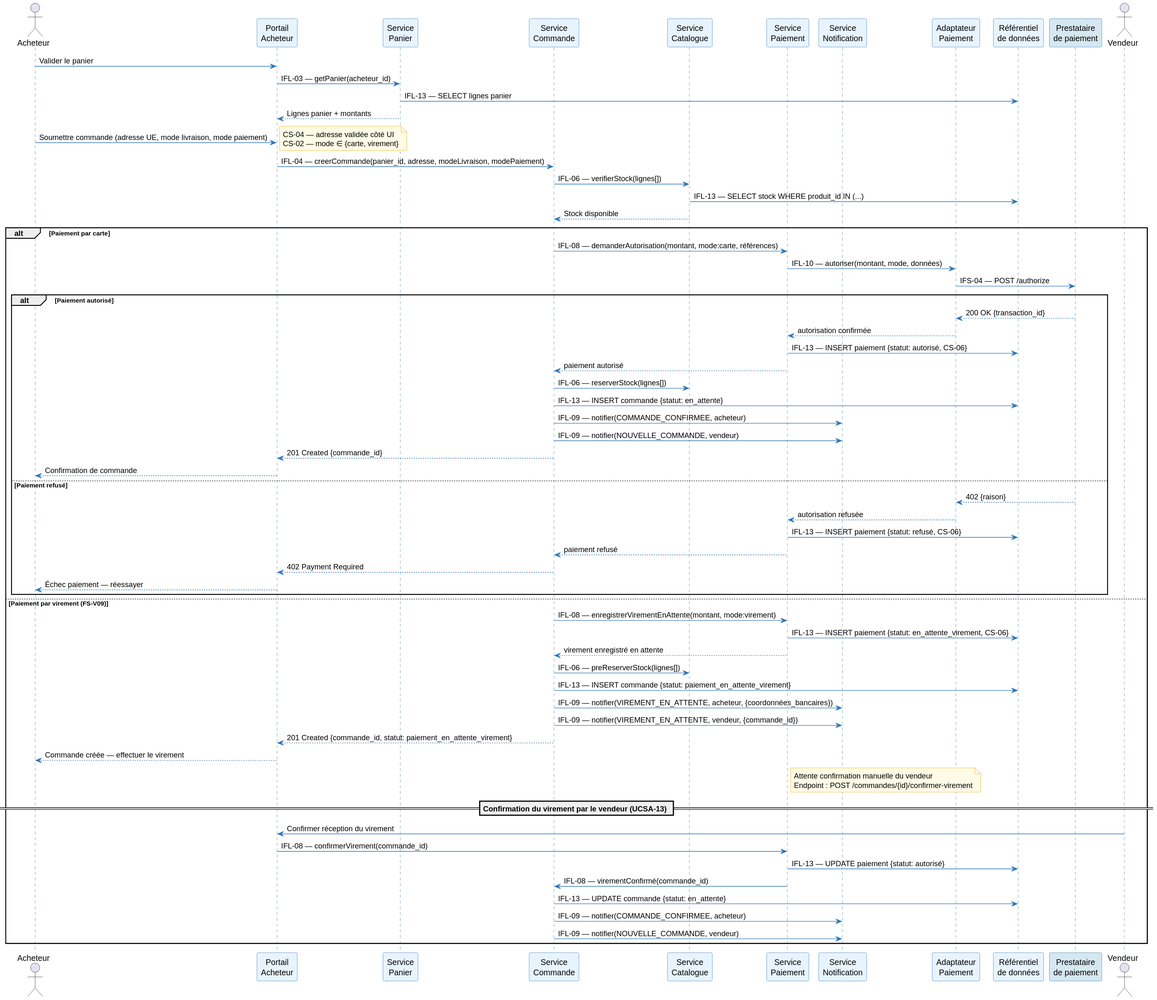
This is architecture/03-logical-architecture/diagrams/la-seq-commande.svg from louistalvande/online_shop, a PlantUML export, as it was before one commit.
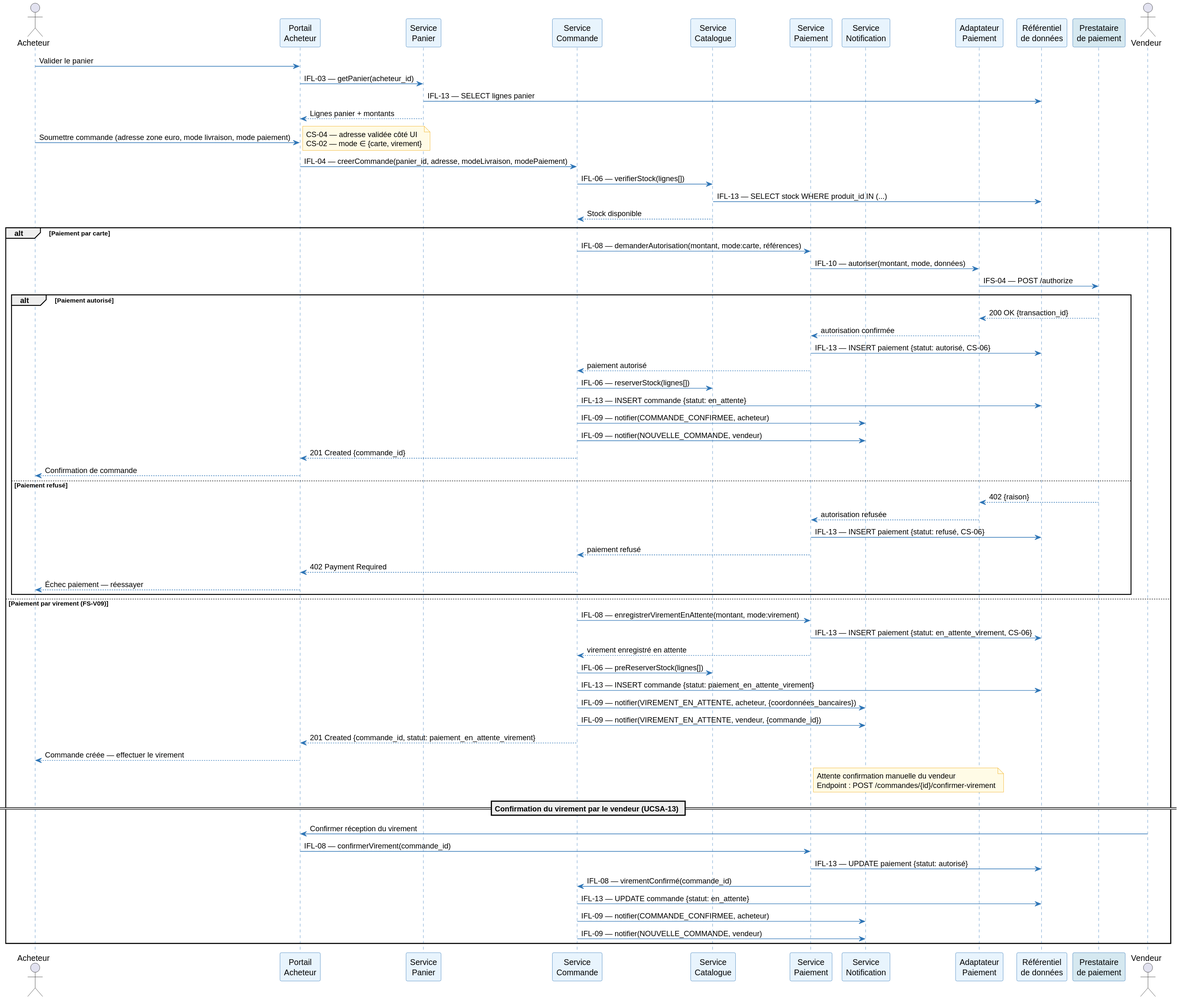
After the commit.

Change to the diagram source:
```diff
@@ -22,7 +22,7 @@
 SvcCart -> DB : IFL-13 — SELECT lignes panier
 SvcCart --> UI : Lignes panier + montants
 
-Buyer -> UI : Soumettre commande (adresse UE, mode livraison, mode paiement)
+Buyer -> UI : Soumettre commande (adresse zone euro, mode livraison, mode paiement)
 note right : CS-04 — adresse validée côté UI\nCS-02 — mode ∈ {carte, virement}
 
 UI -> SvcOrder : IFL-04 — creerCommande(panier_id, adresse, modeLivraison, modePaiement)
```
